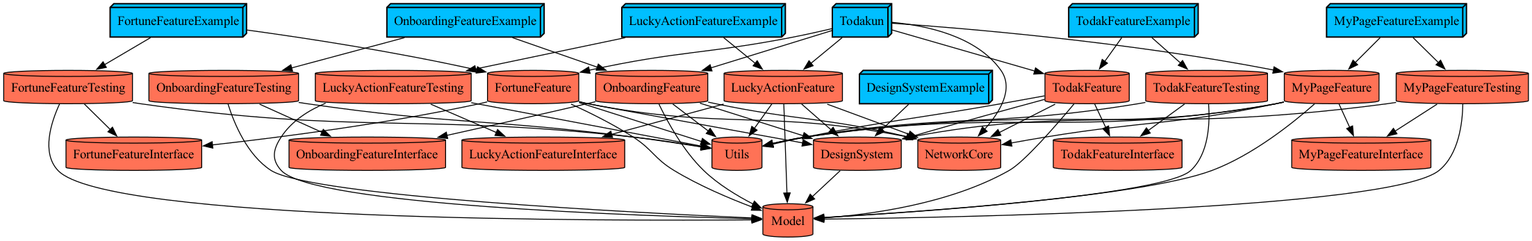
The Graphviz diagram docs/graph.png in YAPP-Github/28th-App-Team-2-iOS, before a commit. Its source is kept beside it as docs/graph.dot.
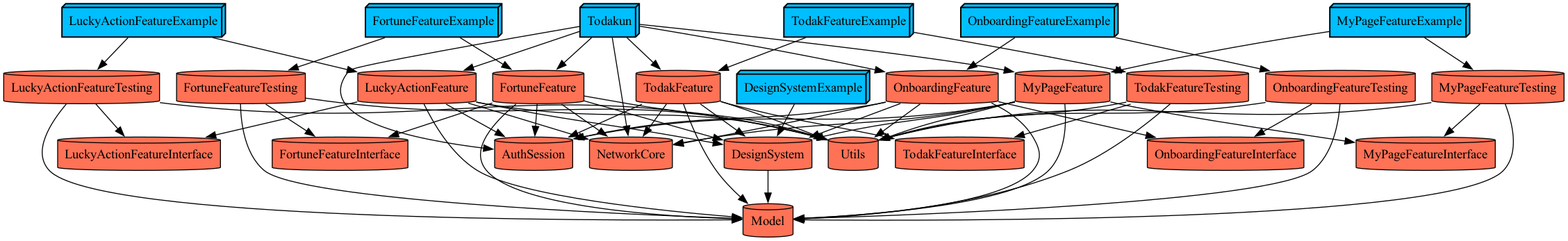
The same diagram one commit later.

Diff of the diagram source:
```diff
@@ -1,8 +1,10 @@
 digraph {
+  AuthSession [fillcolor=coral1 shape=cylinder style=filled]
   DesignSystem -> Model
   DesignSystem [fillcolor=coral1 shape=cylinder style=filled]
   DesignSystemExample -> DesignSystem
   DesignSystemExample [fillcolor=deepskyblue penwidth="1.5" shape=box3d style=filled]
+  FortuneFeature -> AuthSession
   FortuneFeature -> DesignSystem
   FortuneFeature -> FortuneFeatureInterface
   FortuneFeature -> Model
@@ -17,6 +19,7 @@
   FortuneFeatureTesting -> Model
   FortuneFeatureTesting -> Utils
   FortuneFeatureTesting [fillcolor=coral1 shape=cylinder style=filled]
+  LuckyActionFeature -> AuthSession
   LuckyActionFeature -> DesignSystem
   LuckyActionFeature -> LuckyActionFeatureInterface
   LuckyActionFeature -> Model
@@ -32,6 +35,7 @@
   LuckyActionFeatureTesting -> Utils
   LuckyActionFeatureTesting [fillcolor=coral1 shape=cylinder style=filled]
   Model [fillcolor=coral1 shape=cylinder style=filled]
+  MyPageFeature -> AuthSession
   MyPageFeature -> DesignSystem
   MyPageFeature -> Model
   MyPageFeature -> MyPageFeatureInterface
@@ -47,6 +51,7 @@
   MyPageFeatureTesting -> Utils
   MyPageFeatureTesting [fillcolor=coral1 shape=cylinder style=filled]
   NetworkCore [fillcolor=coral1 shape=cylinder style=filled]
+  OnboardingFeature -> AuthSession
   OnboardingFeature -> DesignSystem
   OnboardingFeature -> Model
   OnboardingFeature -> NetworkCore
@@ -61,6 +66,7 @@
   OnboardingFeatureTesting -> OnboardingFeatureInterface
   OnboardingFeatureTesting -> Utils
   OnboardingFeatureTesting [fillcolor=coral1 shape=cylinder style=filled]
+  TodakFeature -> AuthSession
   TodakFeature -> DesignSystem
   TodakFeature -> Model
   TodakFeature -> NetworkCore
@@ -75,6 +81,7 @@
   TodakFeatureTesting -> TodakFeatureInterface
   TodakFeatureTesting -> Utils
   TodakFeatureTesting [fillcolor=coral1 shape=cylinder style=filled]
+  Todakun -> AuthSession
   Todakun -> FortuneFeature
   Todakun -> LuckyActionFeature
   Todakun -> MyPageFeature
```
